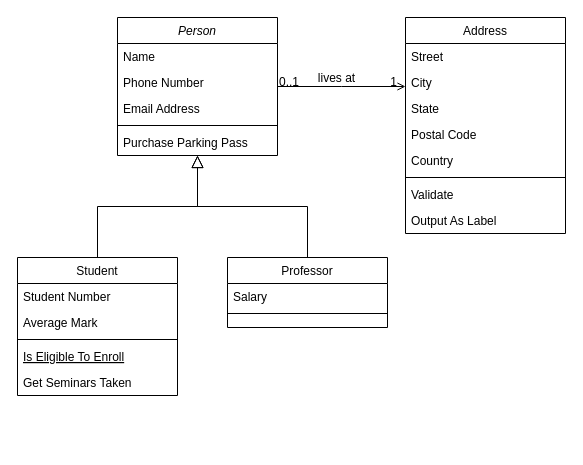
Earlier version of the draw.io diagram Untitled Diagram.drawio (BUK-TOY-english-educator/toypjt). Source tidied: cells renumbered, new cells numbered last; positions are measured from the earlier drawing's top-left corner, leaving out a move shared by most shapes. Both pictures are drawn from the tidied source at 100%, with x=0, y=0 at pixel (17, 17).
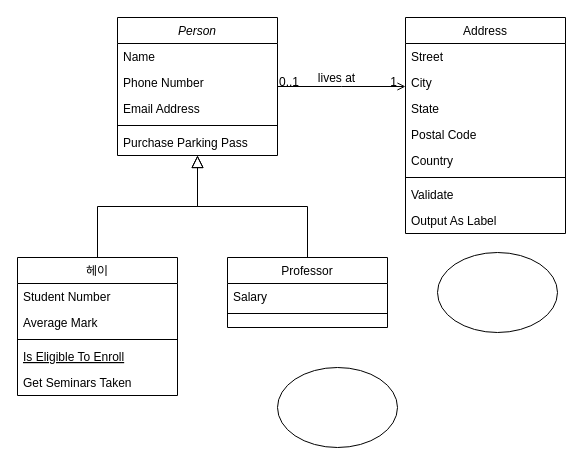
Above is the later version.

The edit, as a diff of the source:
```diff
@@
-    <mxCell id="8" value="Student" style="swimlane;fontStyle=0;align=center;verticalAlign=top;horizontal=1;startSize=26;rounded=0;shadow=0;strokeWidth=1;" parent="1" vertex="1">
+    <mxCell id="8" value="헤이" style="swimlane;fontStyle=0;align=center;verticalAlign=top;horizontal=1;startSize=26;rounded=0;shadow=0;strokeWidth=1;" parent="1" vertex="1">
       <mxGeometry y="240" width="160" height="138" as="geometry" />
     </mxCell>
@@
+    <mxCell id="32" style="ellipse;whiteSpace=wrap;html=1;" parent="1" vertex="1">
+      <mxGeometry x="420" y="235" width="120" height="80" as="geometry" />
+    </mxCell>
+    <mxCell id="33" style="ellipse;whiteSpace=wrap;html=1;" parent="1" vertex="1">
+      <mxGeometry x="260" y="350" width="120" height="80" as="geometry" />
+    </mxCell>
```
